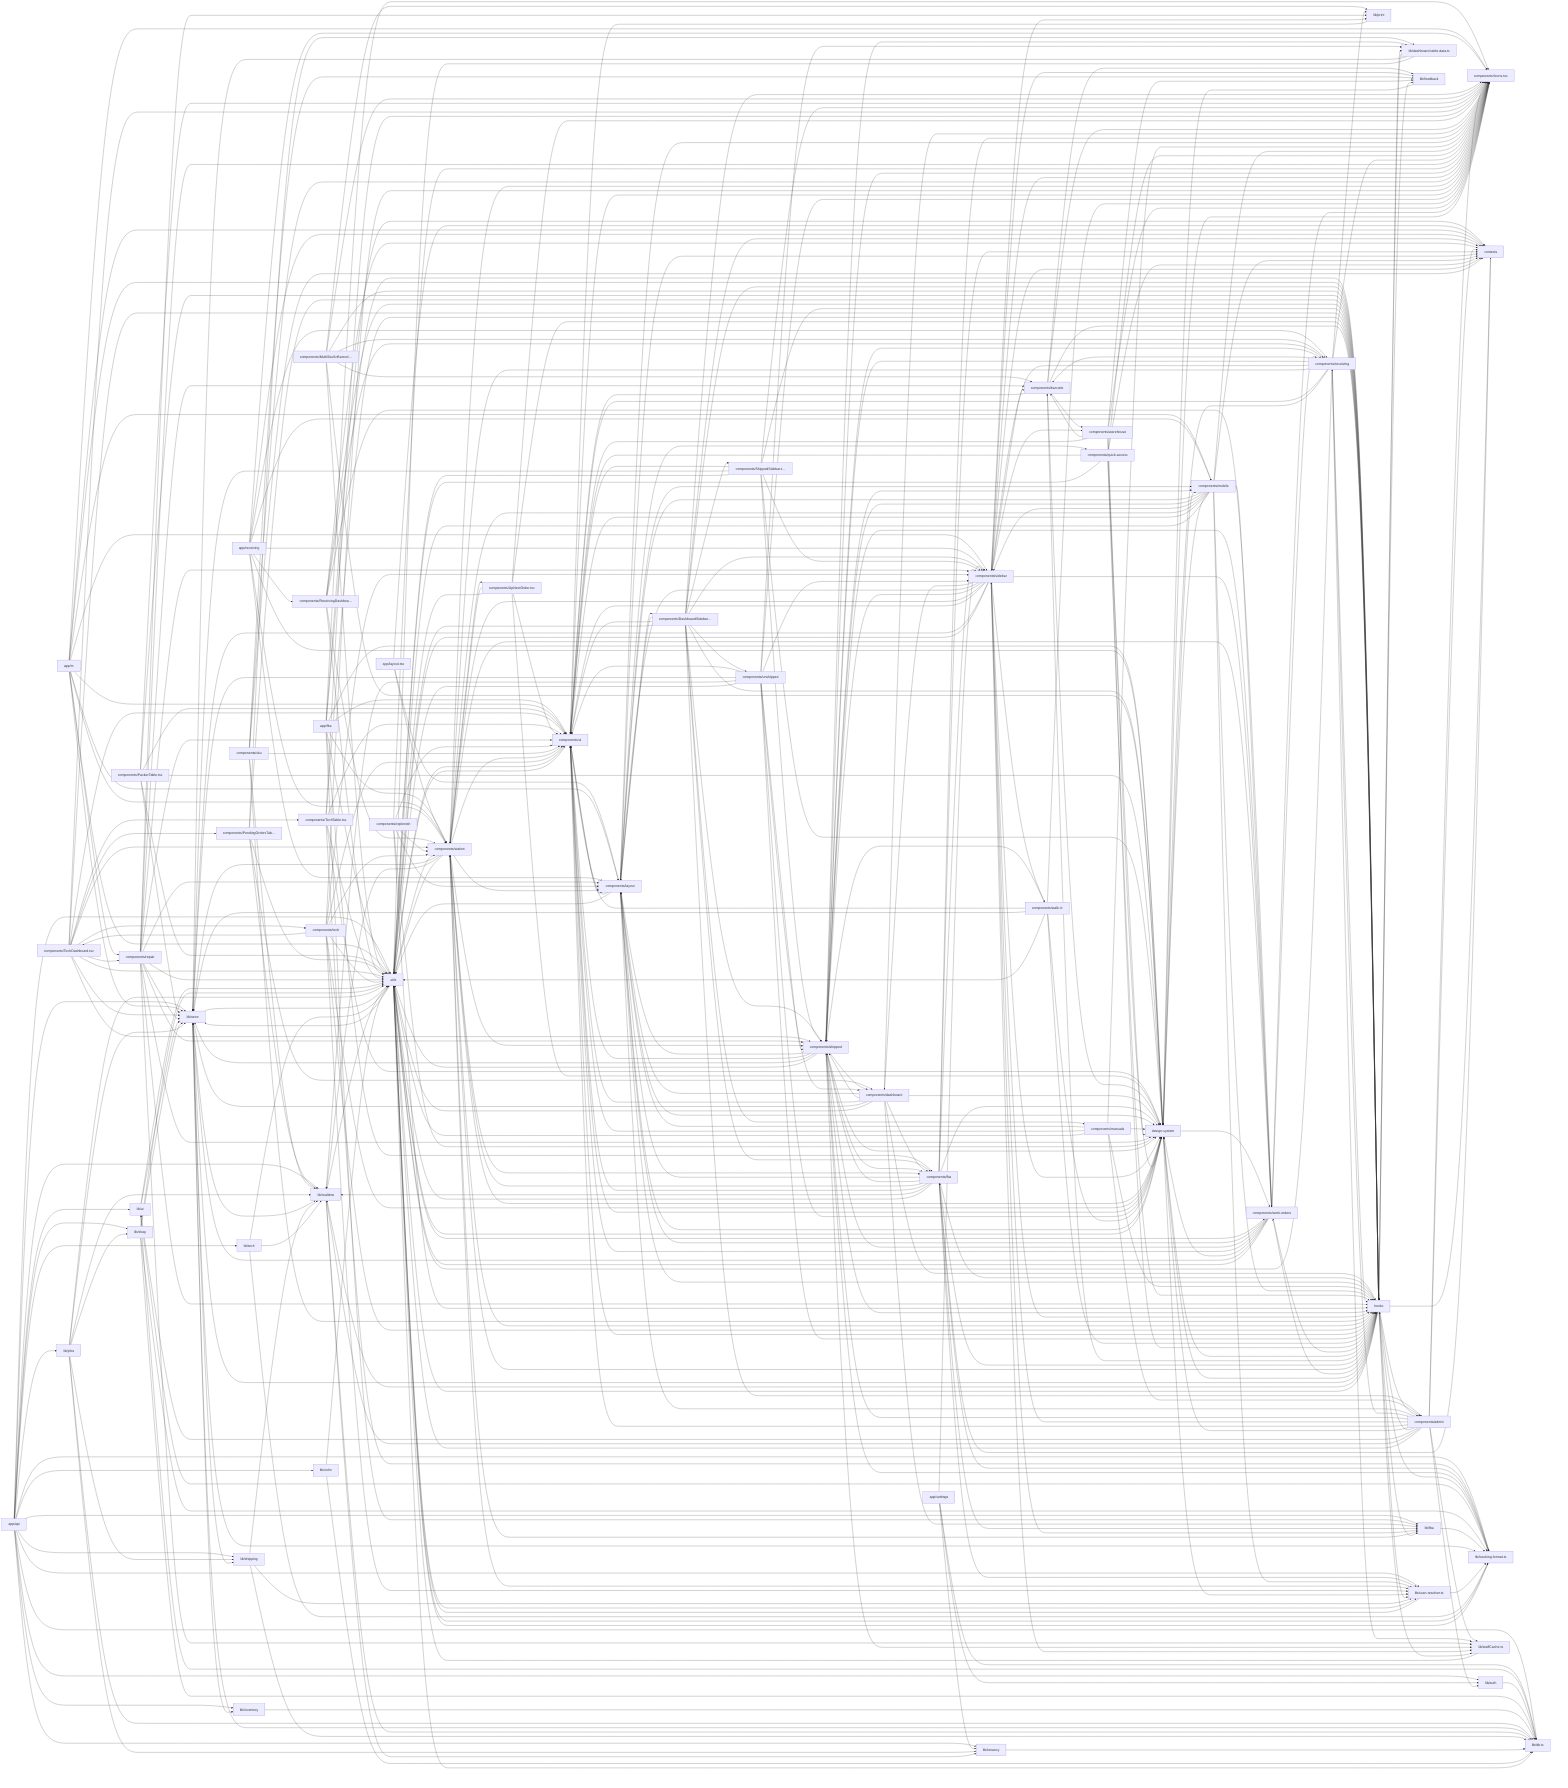
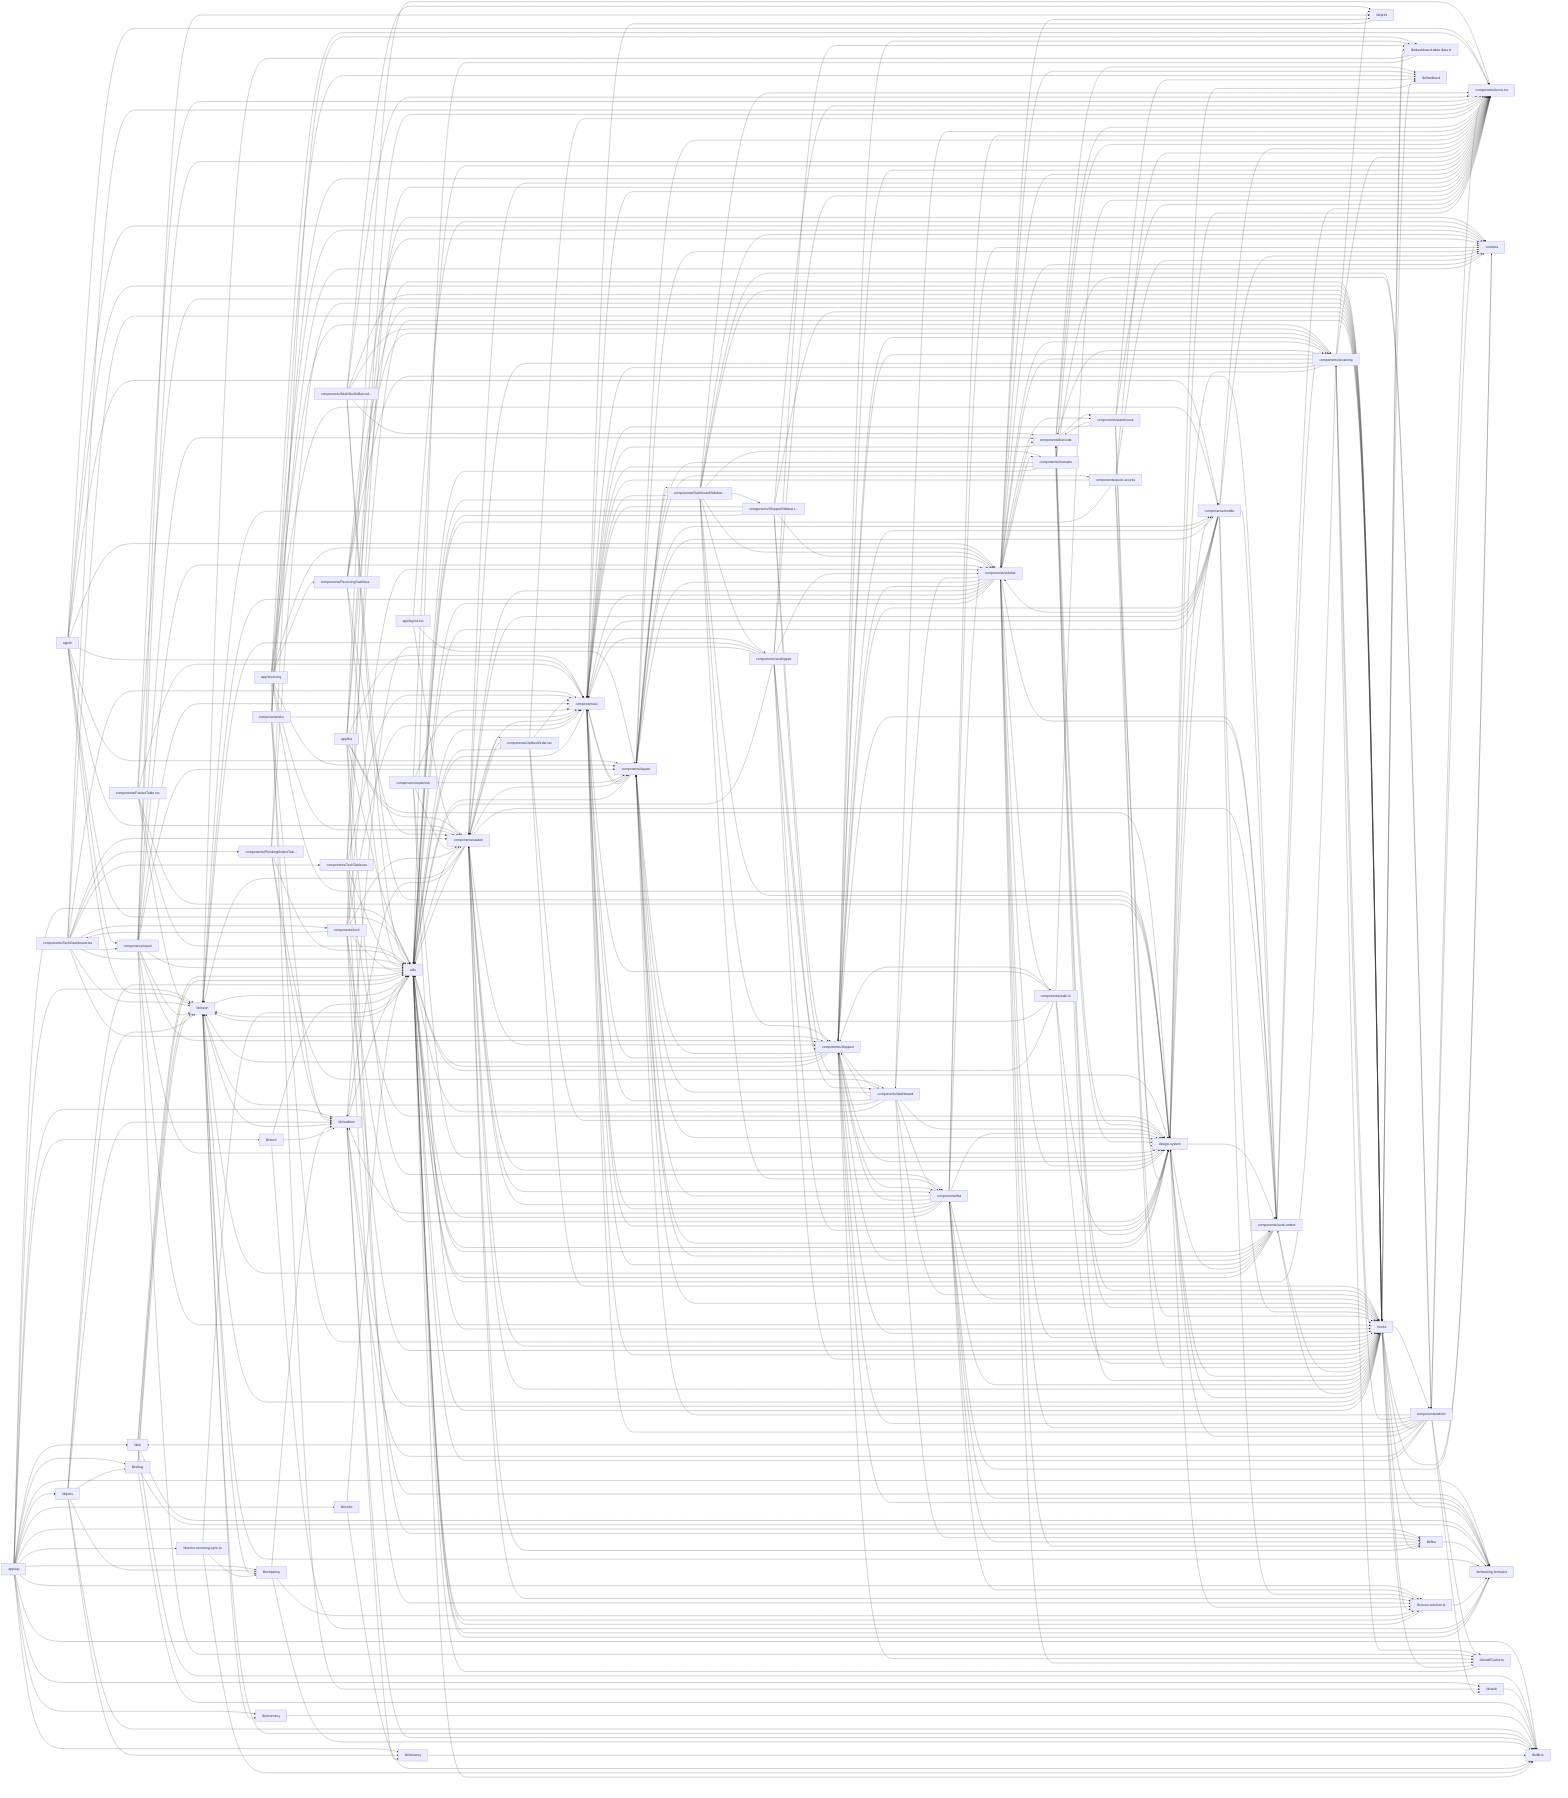
flowchart LR
  app_api["app/api"]
  click app_api "src/app/api/scan-tracking/route.ts" "Open src/app/api/scan-tracking/route.ts"
  hooks["hooks"]
  click hooks "src/hooks/useShippedTableData.ts" "Open src/hooks/useShippedTableData.ts"
  utils["utils"]
  click utils "src/utils/receiving-search-history.ts" "Open src/utils/receiving-search-history.ts"
  components_Icons_tsx["components/Icons.tsx"]
  click components_Icons_tsx "src/components/Icons.tsx" "Open src/components/Icons.tsx"
  design_system["design-system"]
  click design_system "src/design-system/index.ts" "Open src/design-system/index.ts"
  components_sidebar["components/sidebar"]
  click components_sidebar "src/components/sidebar/DeviceModeToggle.tsx" "Open src/components/sidebar/DeviceModeToggle.tsx"
  components_ui["components/ui"]
  click components_ui "src/components/ui/DeleteButton.tsx" "Open src/components/ui/DeleteButton.tsx"
+   lib_db_ts["lib/db.ts"]
+   click lib_db_ts "src/lib/db.ts" "Open src/lib/db.ts"
  components_layout["components/layout"]
  click components_layout "src/components/layout/OfflineBanner.tsx" "Open src/components/layout/OfflineBanner.tsx"
-   lib_db_ts["lib/db.ts"]
-   click lib_db_ts "src/lib/db.ts" "Open src/lib/db.ts"
  components_shipped["components/shipped"]
  click components_shipped "src/components/shipped/DateGroupHeader.tsx" "Open src/components/shipped/DateGroupHeader.tsx"
  components_station["components/station"]
  click components_station "src/components/station/BarcodeScanner.tsx" "Open src/components/station/BarcodeScanner.tsx"
  lib_neon["lib/neon"]
  click lib_neon "src/lib/neon/serial-units-queries.ts" "Open src/lib/neon/serial-units-queries.ts"
+   components_receiving["components/receiving"]
+   click components_receiving "src/components/receiving/Mode2Unboxing.tsx" "Open src/components/receiving/Mode2Unboxing.tsx"
  components_admin["components/admin"]
  click components_admin "src/components/admin/AccessSidebarPanel.tsx" "Open src/components/admin/AccessSidebarPanel.tsx"
-   components_receiving["components/receiving"]
-   click components_receiving "src/components/receiving/Mode2Unboxing.tsx" "Open src/components/receiving/Mode2Unboxing.tsx"
  contexts["contexts"]
  click contexts "src/contexts/HeaderContext.tsx" "Open src/contexts/HeaderContext.tsx"
  components_work_orders["components/work-orders"]
  click components_work_orders "src/components/work-orders/WorkOrderInfoStrip.tsx" "Open src/components/work-orders/WorkOrderInfoStrip.tsx"
  components_mobile["components/mobile"]
  click components_mobile "src/components/mobile/ScanSurface.tsx" "Open src/components/mobile/ScanSurface.tsx"
  components_fba["components/fba"]
  click components_fba "src/components/fba/FbaShippedTable.tsx" "Open src/components/fba/FbaShippedTable.tsx"
  lib_realtime["lib/realtime"]
  click lib_realtime "src/lib/realtime/db-events.ts" "Open src/lib/realtime/db-events.ts"
  components_repair["components/repair"]
  click components_repair "src/components/repair/SignaturePad.tsx" "Open src/components/repair/SignaturePad.tsx"
  components_DashboardSidebar_tsx["components/DashboardSidebar…"]
  click components_DashboardSidebar_tsx "src/components/DashboardSidebar.tsx" "Open src/components/DashboardSidebar.tsx"
  components_dashboard["components/dashboard"]
  click components_dashboard "src/components/dashboard/StockZohoOrdersTable.tsx" "Open src/components/dashboard/StockZohoOrdersTable.tsx"
  lib_tracking_format_ts["lib/tracking-format.ts"]
  click lib_tracking_format_ts "src/lib/tracking-format.ts" "Open src/lib/tracking-format.ts"
  components_TechDashboard_tsx["components/TechDashboard.tsx"]
  click components_TechDashboard_tsx "src/components/TechDashboard.tsx" "Open src/components/TechDashboard.tsx"
  components_barcode["components/barcode"]
  click components_barcode "src/components/barcode/SkuInput.tsx" "Open src/components/barcode/SkuInput.tsx"
  lib_scan_resolver_ts["lib/scan-resolver.ts"]
  click lib_scan_resolver_ts "src/lib/scan-resolver.ts" "Open src/lib/scan-resolver.ts"
  lib_auth["lib/auth"]
  click lib_auth "src/lib/auth/permission-registry.ts" "Open src/lib/auth/permission-registry.ts"
  app_m["app/m"]
  click app_m "src/app/m/layout.tsx" "Open src/app/m/layout.tsx"
  components_unshipped["components/unshipped"]
  click components_unshipped "src/components/unshipped/UnshippedTable.tsx" "Open src/components/unshipped/UnshippedTable.tsx"
  lib_jobs["lib/jobs"]
  click lib_jobs "src/lib/jobs/ebay-sync.ts" "Open src/lib/jobs/ebay-sync.ts"
+   components_manuals["components/manuals"]
+   click components_manuals "src/components/manuals/ManualsLibrarySidebar.tsx" "Open src/components/manuals/ManualsLibrarySidebar.tsx"
  components_tech["components/tech"]
  click components_tech "src/components/tech/UpNextActionDock.tsx" "Open src/components/tech/UpNextActionDock.tsx"
+   app_receiving["app/receiving"]
+   click app_receiving "src/app/receiving/page.tsx" "Open src/app/receiving/page.tsx"
  components_walk_in["components/walk-in"]
  click components_walk_in "src/components/walk-in/SalesDetailsPanel.tsx" "Open src/components/walk-in/SalesDetailsPanel.tsx"
-   components_manuals["components/manuals"]
-   click components_manuals "src/components/manuals/ManualsLibrarySidebar.tsx" "Open src/components/manuals/ManualsLibrarySidebar.tsx"
  components_warehouse["components/warehouse"]
  click components_warehouse "src/components/warehouse/roomFinderContext.tsx" "Open src/components/warehouse/roomFinderContext.tsx"
-   app_receiving["app/receiving"]
-   click app_receiving "src/app/receiving/page.tsx" "Open src/app/receiving/page.tsx"
  app_fba["app/fba"]
  click app_fba "src/app/fba/page.tsx" "Open src/app/fba/page.tsx"
  components_ShippedSidebar_tsx["components/ShippedSidebar.t…"]
  click components_ShippedSidebar_tsx "src/components/ShippedSidebar.tsx" "Open src/components/ShippedSidebar.tsx"
  components_quick_access["components/quick-access"]
  click components_quick_access "src/components/quick-access/RecentSection.tsx" "Open src/components/quick-access/RecentSection.tsx"
  components_sku["components/sku"]
  click components_sku "src/components/sku/BinRowDetailsSheet.tsx" "Open src/components/sku/BinRowDetailsSheet.tsx"
  lib_tenancy["lib/tenancy"]
  click lib_tenancy "src/lib/tenancy/db.test.ts" "Open src/lib/tenancy/db.test.ts"
  lib_print["lib/print"]
  click lib_print "src/lib/print/printRepairLabel.ts" "Open src/lib/print/printRepairLabel.ts"
  lib_ai["lib/ai"]
  click lib_ai "src/lib/ai/date-range.test.ts" "Open src/lib/ai/date-range.test.ts"
  lib_fba["lib/fba"]
  click lib_fba "src/lib/fba/board-item.ts" "Open src/lib/fba/board-item.ts"
  app_layout_tsx["app/layout.tsx"]
  click app_layout_tsx "src/app/layout.tsx" "Open src/app/layout.tsx"
  components_PendingOrdersTable_tsx["components/PendingOrdersTab…"]
  click components_PendingOrdersTable_tsx "src/components/PendingOrdersTable.tsx" "Open src/components/PendingOrdersTable.tsx"
  lib_dashboard_table_data_ts["lib/dashboard-table-data.ts"]
  click lib_dashboard_table_data_ts "src/lib/dashboard-table-data.ts" "Open src/lib/dashboard-table-data.ts"
  lib_zoho["lib/zoho"]
  click lib_zoho "src/lib/zoho/mock.ts" "Open src/lib/zoho/mock.ts"
  lib_shipping["lib/shipping"]
  click lib_shipping "src/lib/shipping/repository.ts" "Open src/lib/shipping/repository.ts"
  lib_inventory["lib/inventory"]
  click lib_inventory "src/lib/inventory/internal-gtin.ts" "Open src/lib/inventory/internal-gtin.ts"
  components_MultiSkuSnBarcode_tsx["components/MultiSkuSnBarcod…"]
  click components_MultiSkuSnBarcode_tsx "src/components/MultiSkuSnBarcode.tsx" "Open src/components/MultiSkuSnBarcode.tsx"
  components_UpNextOrder_tsx["components/UpNextOrder.tsx"]
  click components_UpNextOrder_tsx "src/components/UpNextOrder.tsx" "Open src/components/UpNextOrder.tsx"
  components_TechTable_tsx["components/TechTable.tsx"]
  click components_TechTable_tsx "src/components/TechTable.tsx" "Open src/components/TechTable.tsx"
  components_PackerTable_tsx["components/PackerTable.tsx"]
  click components_PackerTable_tsx "src/components/PackerTable.tsx" "Open src/components/PackerTable.tsx"
  components_ReceivingDashboard_tsx["components/ReceivingDashboa…"]
  click components_ReceivingDashboard_tsx "src/components/ReceivingDashboard.tsx" "Open src/components/ReceivingDashboard.tsx"
  components_replenish["components/replenish"]
  click components_replenish "src/components/replenish/ReplenishmentReceivingTab.tsx" "Open src/components/replenish/ReplenishmentReceivingTab.tsx"
+   lib_zoho_receiving_sync_ts["lib/zoho-receiving-sync.ts"]
+   click lib_zoho_receiving_sync_ts "src/lib/zoho-receiving-sync.ts" "Open src/lib/zoho-receiving-sync.ts"
  lib_staffCache_ts["lib/staffCache.ts"]
  click lib_staffCache_ts "src/lib/staffCache.ts" "Open src/lib/staffCache.ts"
  lib_ebay["lib/ebay"]
  click lib_ebay "src/lib/ebay/token-refresh.ts" "Open src/lib/ebay/token-refresh.ts"
  lib_feedback["lib/feedback"]
  click lib_feedback "src/lib/feedback/confirm.ts" "Open src/lib/feedback/confirm.ts"
  lib_tech["lib/tech"]
  click lib_tech "src/lib/tech/resolveStaffIdFromTechParam.ts" "Open src/lib/tech/resolveStaffIdFromTechParam.ts"
-   app_settings["app/settings"]
-   click app_settings "src/app/settings/page.tsx" "Open src/app/settings/page.tsx"
  app_api --> lib_ai
  app_api --> lib_auth
  app_api --> lib_db_ts
  app_api --> lib_ebay
  app_api --> lib_fba
  app_api --> lib_inventory
  app_api --> lib_jobs
  app_api --> lib_neon
  app_api --> lib_realtime
  app_api --> lib_scan_resolver_ts
  app_api --> lib_shipping
  app_api --> lib_tech
  app_api --> lib_tenancy
  app_api --> lib_tracking_format_ts
  app_api --> lib_zoho
+   app_api --> lib_zoho_receiving_sync_ts
  app_api --> utils
  app_fba --> components_Icons_tsx
  app_fba --> components_fba
  app_fba --> components_station
  app_fba --> components_ui
  app_fba --> contexts
  app_fba --> design_system
  app_fba --> hooks
  app_fba --> lib_fba
  app_fba --> utils
  app_layout_tsx --> components_layout
  app_layout_tsx --> components_station
  app_layout_tsx --> contexts
  app_m --> components_Icons_tsx
  app_m --> components_layout
  app_m --> components_mobile
  app_m --> components_repair
  app_m --> components_sidebar
  app_m --> components_station
  app_m --> components_ui
  app_m --> contexts
  app_m --> hooks
  app_m --> lib_neon
  app_m --> utils
  app_receiving --> components_Icons_tsx
  app_receiving --> components_ReceivingDashboard_tsx
  app_receiving --> components_layout
  app_receiving --> components_mobile
  app_receiving --> components_receiving
  app_receiving --> components_sidebar
  app_receiving --> components_station
  app_receiving --> contexts
  app_receiving --> design_system
-   app_settings --> components_sidebar
-   app_settings --> lib_auth
-   app_settings --> lib_db_ts
-   app_settings --> lib_tenancy
+   app_receiving --> lib_auth
  components_DashboardSidebar_tsx --> components_Icons_tsx
  components_DashboardSidebar_tsx --> components_ShippedSidebar_tsx
  components_DashboardSidebar_tsx --> components_admin
  components_DashboardSidebar_tsx --> components_fba
  components_DashboardSidebar_tsx --> components_layout
  components_DashboardSidebar_tsx --> components_manuals
  components_DashboardSidebar_tsx --> components_shipped
  components_DashboardSidebar_tsx --> components_sidebar
  components_DashboardSidebar_tsx --> components_ui
  components_DashboardSidebar_tsx --> components_unshipped
  components_DashboardSidebar_tsx --> contexts
  components_DashboardSidebar_tsx --> design_system
  components_DashboardSidebar_tsx --> hooks
  components_DashboardSidebar_tsx --> utils
  components_MultiSkuSnBarcode_tsx --> components_Icons_tsx
  components_MultiSkuSnBarcode_tsx --> components_barcode
  components_MultiSkuSnBarcode_tsx --> components_receiving
  components_MultiSkuSnBarcode_tsx --> design_system
  components_MultiSkuSnBarcode_tsx --> hooks
  components_MultiSkuSnBarcode_tsx --> lib_print
  components_MultiSkuSnBarcode_tsx --> utils
  components_PackerTable_tsx --> components_Icons_tsx
  components_PackerTable_tsx --> components_ui
  components_PackerTable_tsx --> design_system
  components_PackerTable_tsx --> hooks
  components_PackerTable_tsx --> lib_neon
  components_PackerTable_tsx --> utils
  components_PendingOrdersTable_tsx --> components_dashboard
  components_PendingOrdersTable_tsx --> hooks
  components_PendingOrdersTable_tsx --> lib_dashboard_table_data_ts
  components_PendingOrdersTable_tsx --> lib_realtime
  components_PendingOrdersTable_tsx --> utils
  components_ReceivingDashboard_tsx --> components_receiving
  components_ReceivingDashboard_tsx --> components_station
  components_ReceivingDashboard_tsx --> components_work_orders
  components_ReceivingDashboard_tsx --> contexts
  components_ReceivingDashboard_tsx --> hooks
  components_ReceivingDashboard_tsx --> utils
  components_ShippedSidebar_tsx --> components_Icons_tsx
  components_ShippedSidebar_tsx --> components_shipped
  components_ShippedSidebar_tsx --> components_sidebar
  components_ShippedSidebar_tsx --> components_ui
  components_ShippedSidebar_tsx --> design_system
  components_ShippedSidebar_tsx --> hooks
  components_ShippedSidebar_tsx --> lib_neon
  components_ShippedSidebar_tsx --> utils
  components_TechDashboard_tsx --> components_Icons_tsx
  components_TechDashboard_tsx --> components_PendingOrdersTable_tsx
  components_TechDashboard_tsx --> components_TechTable_tsx
  components_TechDashboard_tsx --> components_repair
  components_TechDashboard_tsx --> components_shipped
  components_TechDashboard_tsx --> components_station
  components_TechDashboard_tsx --> components_tech
  components_TechDashboard_tsx --> components_ui
  components_TechDashboard_tsx --> hooks
  components_TechDashboard_tsx --> lib_neon
  components_TechDashboard_tsx --> utils
  components_TechTable_tsx --> components_Icons_tsx
  components_TechTable_tsx --> components_ui
  components_TechTable_tsx --> design_system
  components_TechTable_tsx --> hooks
  components_TechTable_tsx --> lib_tracking_format_ts
  components_TechTable_tsx --> utils
  components_UpNextOrder_tsx --> components_Icons_tsx
  components_UpNextOrder_tsx --> components_station
  components_UpNextOrder_tsx --> components_ui
  components_UpNextOrder_tsx --> design_system
  components_UpNextOrder_tsx --> hooks
  components_UpNextOrder_tsx --> utils
  components_admin --> components_Icons_tsx
  components_admin --> components_layout
  components_admin --> components_receiving
  components_admin --> components_shipped
  components_admin --> components_sidebar
  components_admin --> components_ui
  components_admin --> contexts
  components_admin --> design_system
  components_admin --> hooks
  components_admin --> lib_ai
  components_admin --> lib_auth
  components_admin --> lib_realtime
  components_admin --> lib_staffCache_ts
  components_admin --> utils
  components_barcode --> components_Icons_tsx
  components_barcode --> components_ui
  components_barcode --> components_warehouse
  components_barcode --> design_system
  components_barcode --> hooks
  components_barcode --> lib_feedback
  components_dashboard --> components_Icons_tsx
  components_dashboard --> components_fba
  components_dashboard --> components_layout
  components_dashboard --> components_shipped
  components_dashboard --> components_ui
  components_dashboard --> design_system
  components_dashboard --> hooks
  components_dashboard --> lib_fba
  components_dashboard --> lib_neon
  components_dashboard --> utils
  components_fba --> components_Icons_tsx
  components_fba --> components_layout
  components_fba --> components_shipped
  components_fba --> components_sidebar
  components_fba --> components_station
  components_fba --> components_ui
  components_fba --> contexts
  components_fba --> design_system
  components_fba --> hooks
  components_fba --> lib_fba
  components_fba --> lib_realtime
  components_fba --> lib_scan_resolver_ts
  components_fba --> lib_tracking_format_ts
  components_fba --> utils
  components_layout --> components_DashboardSidebar_tsx
  components_layout --> components_Icons_tsx
  components_layout --> components_mobile
  components_layout --> components_quick_access
  components_layout --> components_ui
  components_layout --> contexts
  components_layout --> design_system
  components_layout --> hooks
  components_layout --> utils
  components_manuals --> components_Icons_tsx
  components_manuals --> components_admin
  components_manuals --> components_layout
  components_manuals --> components_ui
  components_manuals --> design_system
  components_manuals --> hooks
  components_manuals --> utils
  components_mobile --> components_Icons_tsx
  components_mobile --> components_layout
  components_mobile --> components_shipped
  components_mobile --> components_sidebar
  components_mobile --> components_station
  components_mobile --> components_ui
  components_mobile --> components_work_orders
  components_mobile --> contexts
  components_mobile --> design_system
  components_mobile --> hooks
  components_mobile --> lib_scan_resolver_ts
  components_mobile --> utils
  components_quick_access --> components_Icons_tsx
  components_quick_access --> components_ui
  components_quick_access --> contexts
  components_quick_access --> design_system
  components_quick_access --> hooks
  components_quick_access --> utils
  components_receiving --> components_Icons_tsx
  components_receiving --> components_barcode
  components_receiving --> components_shipped
  components_receiving --> components_sidebar
  components_receiving --> components_station
  components_receiving --> components_ui
  components_receiving --> design_system
  components_receiving --> hooks
  components_receiving --> lib_print
  components_receiving --> lib_staffCache_ts
  components_receiving --> utils
  components_repair --> components_Icons_tsx
  components_repair --> components_barcode
  components_repair --> components_layout
  components_repair --> components_shipped
  components_repair --> components_sidebar
  components_repair --> components_ui
  components_repair --> design_system
  components_repair --> hooks
  components_repair --> lib_neon
  components_repair --> lib_print
  components_repair --> lib_staffCache_ts
  components_repair --> utils
  components_replenish --> components_Icons_tsx
  components_replenish --> components_layout
  components_replenish --> components_station
  components_replenish --> components_ui
  components_replenish --> design_system
  components_replenish --> hooks
  components_shipped --> components_Icons_tsx
  components_shipped --> components_dashboard
  components_shipped --> components_fba
  components_shipped --> components_layout
  components_shipped --> components_mobile
  components_shipped --> components_receiving
  components_shipped --> components_ui
  components_shipped --> components_work_orders
  components_shipped --> design_system
  components_shipped --> hooks
  components_shipped --> lib_dashboard_table_data_ts
  components_shipped --> lib_neon
  components_shipped --> lib_staffCache_ts
  components_shipped --> lib_tracking_format_ts
  components_shipped --> utils
  components_sidebar --> components_Icons_tsx
  components_sidebar --> components_barcode
  components_sidebar --> components_dashboard
  components_sidebar --> components_layout
+   components_sidebar --> components_manuals
+   components_sidebar --> components_receiving
  components_sidebar --> components_shipped
  components_sidebar --> components_station
  components_sidebar --> components_ui
  components_sidebar --> components_walk_in
  components_sidebar --> components_warehouse
  components_sidebar --> components_work_orders
  components_sidebar --> contexts
  components_sidebar --> design_system
  components_sidebar --> hooks
  components_sidebar --> lib_fba
  components_sidebar --> lib_feedback
  components_sidebar --> lib_neon
  components_sidebar --> lib_print
  components_sidebar --> lib_staffCache_ts
  components_sidebar --> utils
  components_sku --> components_Icons_tsx
  components_sku --> components_ui
  components_sku --> contexts
  components_sku --> hooks
  components_sku --> lib_feedback
  components_sku --> lib_realtime
  components_station --> components_Icons_tsx
  components_station --> components_UpNextOrder_tsx
  components_station --> components_fba
  components_station --> components_layout
  components_station --> components_shipped
  components_station --> components_ui
  components_station --> components_work_orders
  components_station --> design_system
  components_station --> hooks
  components_station --> lib_fba
  components_station --> lib_neon
  components_station --> lib_realtime
  components_station --> lib_scan_resolver_ts
  components_station --> utils
  components_tech --> components_Icons_tsx
  components_tech --> components_TechDashboard_tsx
  components_tech --> components_sidebar
  components_tech --> components_station
  components_tech --> components_ui
  components_tech --> design_system
  components_tech --> hooks
  components_tech --> lib_scan_resolver_ts
  components_tech --> utils
  components_ui --> components_Icons_tsx
  components_ui --> components_layout
  components_ui --> design_system
  components_ui --> hooks
  components_ui --> utils
  components_unshipped --> components_Icons_tsx
  components_unshipped --> components_dashboard
  components_unshipped --> components_shipped
  components_unshipped --> components_sidebar
  components_unshipped --> components_ui
  components_unshipped --> design_system
  components_unshipped --> hooks
  components_unshipped --> lib_dashboard_table_data_ts
  components_unshipped --> lib_neon
  components_unshipped --> lib_realtime
  components_unshipped --> utils
  components_walk_in --> components_Icons_tsx
  components_walk_in --> components_shipped
  components_walk_in --> components_ui
  components_walk_in --> design_system
  components_walk_in --> hooks
  components_walk_in --> lib_neon
  components_walk_in --> utils
  components_warehouse --> components_Icons_tsx
  components_warehouse --> components_barcode
  components_warehouse --> components_ui
  components_warehouse --> design_system
  components_warehouse --> hooks
  components_warehouse --> lib_feedback
  components_work_orders --> components_Icons_tsx
  components_work_orders --> components_layout
  components_work_orders --> components_receiving
  components_work_orders --> components_shipped
  components_work_orders --> components_ui
  components_work_orders --> design_system
  components_work_orders --> hooks
  components_work_orders --> lib_neon
  components_work_orders --> utils
  contexts --> components_fba
  design_system --> components_Icons_tsx
  design_system --> components_layout
  design_system --> components_mobile
  design_system --> components_work_orders
  design_system --> hooks
  design_system --> lib_scan_resolver_ts
  design_system --> utils
  hooks --> components_admin
  hooks --> components_barcode
  hooks --> components_fba
  hooks --> components_station
  hooks --> components_work_orders
  hooks --> contexts
  hooks --> design_system
  hooks --> lib_dashboard_table_data_ts
  hooks --> lib_fba
  hooks --> lib_feedback
  hooks --> lib_neon
  hooks --> lib_realtime
  hooks --> lib_scan_resolver_ts
  hooks --> lib_staffCache_ts
  hooks --> lib_tracking_format_ts
  hooks --> utils
  lib_ai --> lib_db_ts
  lib_ai --> lib_neon
  lib_ai --> lib_tracking_format_ts
  lib_ai --> utils
  lib_auth --> lib_db_ts
  lib_dashboard_table_data_ts --> hooks
  lib_dashboard_table_data_ts --> lib_neon
  lib_dashboard_table_data_ts --> utils
  lib_ebay --> lib_db_ts
  lib_ebay --> lib_neon
  lib_ebay --> lib_tracking_format_ts
  lib_ebay --> utils
  lib_fba --> lib_tracking_format_ts
  lib_feedback --> design_system
  lib_inventory --> lib_db_ts
  lib_jobs --> lib_db_ts
  lib_jobs --> lib_ebay
  lib_jobs --> lib_neon
  lib_jobs --> lib_realtime
  lib_jobs --> lib_shipping
  lib_jobs --> lib_tenancy
  lib_jobs --> utils
  lib_neon --> lib_db_ts
  lib_neon --> lib_inventory
  lib_neon --> lib_realtime
  lib_neon --> lib_shipping
  lib_neon --> lib_tracking_format_ts
  lib_neon --> utils
  lib_print --> components_ui
  lib_realtime --> lib_db_ts
  lib_realtime --> lib_tenancy
  lib_realtime --> utils
  lib_scan_resolver_ts --> lib_tracking_format_ts
  lib_scan_resolver_ts --> utils
  lib_shipping --> lib_db_ts
  lib_shipping --> lib_realtime
  lib_shipping --> lib_scan_resolver_ts
  lib_staffCache_ts --> utils
  lib_tech --> lib_realtime
  lib_tech --> lib_tracking_format_ts
  lib_tech --> utils
  lib_tenancy --> lib_db_ts
  lib_tracking_format_ts --> utils
  lib_zoho --> lib_db_ts
  lib_zoho --> utils
+   lib_zoho_receiving_sync_ts --> lib_db_ts
+   lib_zoho_receiving_sync_ts --> lib_shipping
+   lib_zoho_receiving_sync_ts --> utils
  utils --> components_station
  utils --> components_ui
  utils --> components_work_orders
  utils --> lib_db_ts
  utils --> lib_neon
  utils --> lib_scan_resolver_ts
  utils --> lib_tracking_format_ts
  %% truncated: 160 more groups not shown